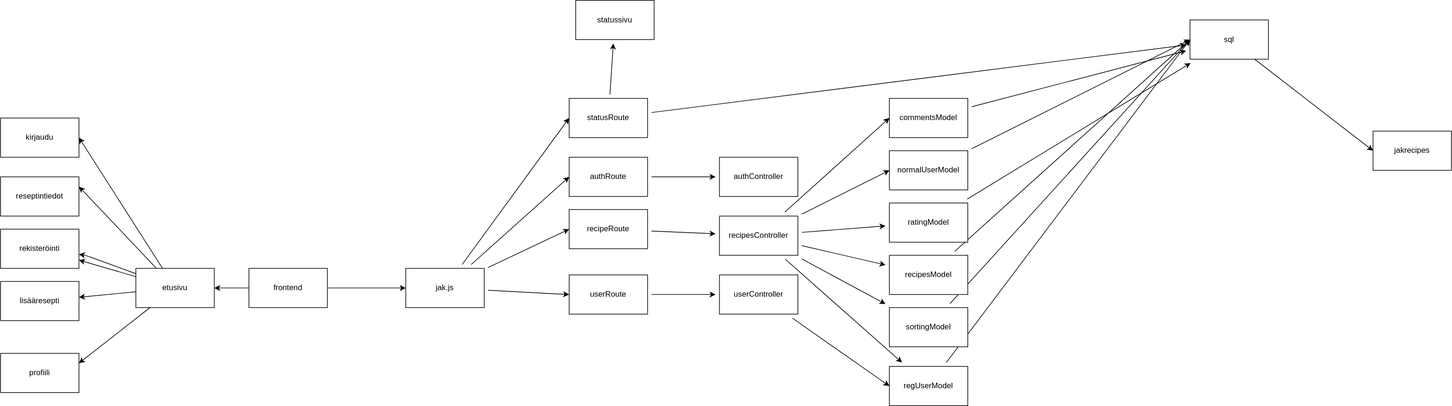
This is frontend/diagram/nodejs.svg from Krugou/medialiapp, a draw.io export, as it was before one commit. Source tidied: cells renumbered, new cells last; positions are measured from the earlier drawing's top-left corner, leaving out a move shared by most shapes. Source of this version:
```xml
<mxGraphModel>
  <root>
    <mxCell id="0" />
    <mxCell id="1" parent="0" />
    <mxCell id="2" style="edgeStyle=none;html=1;entryX=1;entryY=0.5;entryDx=0;entryDy=0;" parent="1" edge="1" source="3" target="56">
      <mxGeometry relative="1" as="geometry" />
    </mxCell>
    <mxCell id="3" value="frontend" style="rounded=0;whiteSpace=wrap;html=1;" parent="1" vertex="1">
      <mxGeometry x="380" y="410" width="120" height="60" as="geometry" />
    </mxCell>
    <mxCell id="4" style="edgeStyle=none;html=1;entryX=0;entryY=0.5;entryDx=0;entryDy=0;shadow=0;sourcePerimeterSpacing=6;targetPerimeterSpacing=6;" parent="1" edge="1" source="8" target="11">
      <mxGeometry relative="1" as="geometry" />
    </mxCell>
    <mxCell id="5" style="edgeStyle=none;html=1;entryX=0;entryY=0.5;entryDx=0;entryDy=0;shadow=0;sourcePerimeterSpacing=6;targetPerimeterSpacing=6;" parent="1" edge="1" source="8" target="13">
      <mxGeometry relative="1" as="geometry" />
    </mxCell>
    <mxCell id="6" style="edgeStyle=none;html=1;entryX=0;entryY=0.5;entryDx=0;entryDy=0;shadow=0;sourcePerimeterSpacing=6;targetPerimeterSpacing=6;" parent="1" edge="1" source="8" target="16">
      <mxGeometry relative="1" as="geometry" />
    </mxCell>
    <mxCell id="7" style="edgeStyle=none;html=1;entryX=0;entryY=0.5;entryDx=0;entryDy=0;shadow=0;sourcePerimeterSpacing=6;targetPerimeterSpacing=6;" parent="1" edge="1" source="8" target="18">
      <mxGeometry relative="1" as="geometry" />
    </mxCell>
    <mxCell id="8" value="jak.js&lt;br&gt;" style="rounded=0;whiteSpace=wrap;html=1;" parent="1" vertex="1">
      <mxGeometry x="620" y="410" width="120" height="60" as="geometry" />
    </mxCell>
    <mxCell id="9" style="endArrow=classic;html=1;exitX=1;exitY=0.5;exitDx=0;exitDy=0;entryX=0;entryY=0.5;entryDx=0;entryDy=0;" parent="1" edge="1" source="3" target="8">
      <mxGeometry relative="1" as="geometry" />
    </mxCell>
    <mxCell id="10" style="edgeStyle=none;html=1;shadow=0;sourcePerimeterSpacing=6;targetPerimeterSpacing=6;" parent="1" edge="1" source="11" target="19">
      <mxGeometry relative="1" as="geometry" />
    </mxCell>
    <mxCell id="11" value="authRoute" style="rounded=0;whiteSpace=wrap;html=1;" parent="1" vertex="1">
      <mxGeometry x="870" y="240" width="120" height="60" as="geometry" />
    </mxCell>
    <mxCell id="12" style="edgeStyle=none;html=1;shadow=0;sourcePerimeterSpacing=6;targetPerimeterSpacing=6;" parent="1" edge="1" source="13" target="26">
      <mxGeometry relative="1" as="geometry" />
    </mxCell>
    <mxCell id="13" value="recipeRoute" style="rounded=0;whiteSpace=wrap;html=1;" parent="1" vertex="1">
      <mxGeometry x="870" y="320" width="120" height="60" as="geometry" />
    </mxCell>
    <mxCell id="14" style="edgeStyle=none;html=1;shadow=0;sourcePerimeterSpacing=6;targetPerimeterSpacing=6;" parent="1" edge="1" source="16" target="43">
      <mxGeometry relative="1" as="geometry" />
    </mxCell>
    <mxCell id="15" style="edgeStyle=none;html=1;shadow=0;sourcePerimeterSpacing=6;targetPerimeterSpacing=6;" parent="1" edge="1" source="16" target="42">
      <mxGeometry relative="1" as="geometry" />
    </mxCell>
    <mxCell id="16" value="statusRoute" style="rounded=0;whiteSpace=wrap;html=1;" parent="1" vertex="1">
      <mxGeometry x="870" y="150" width="120" height="60" as="geometry" />
    </mxCell>
    <mxCell id="17" style="edgeStyle=none;html=1;shadow=0;sourcePerimeterSpacing=6;targetPerimeterSpacing=6;" parent="1" edge="1" source="18" target="28">
      <mxGeometry relative="1" as="geometry" />
    </mxCell>
    <mxCell id="18" value="userRoute" style="rounded=0;whiteSpace=wrap;html=1;" parent="1" vertex="1">
      <mxGeometry x="870" y="420" width="120" height="60" as="geometry" />
    </mxCell>
    <mxCell id="19" value="authController" style="rounded=0;whiteSpace=wrap;html=1;" parent="1" vertex="1">
      <mxGeometry x="1100" y="240" width="120" height="60" as="geometry" />
    </mxCell>
    <mxCell id="20" style="edgeStyle=none;html=1;entryX=0;entryY=0.5;entryDx=0;entryDy=0;shadow=0;sourcePerimeterSpacing=6;targetPerimeterSpacing=6;" parent="1" edge="1" source="26" target="40">
      <mxGeometry relative="1" as="geometry" />
    </mxCell>
    <mxCell id="21" style="edgeStyle=none;html=1;entryX=0;entryY=0.5;entryDx=0;entryDy=0;shadow=0;sourcePerimeterSpacing=6;targetPerimeterSpacing=6;" parent="1" edge="1" source="26" target="38">
      <mxGeometry relative="1" as="geometry" />
    </mxCell>
    <mxCell id="22" style="edgeStyle=none;html=1;shadow=0;sourcePerimeterSpacing=6;targetPerimeterSpacing=6;" parent="1" edge="1" source="26" target="36">
      <mxGeometry relative="1" as="geometry" />
    </mxCell>
    <mxCell id="23" style="edgeStyle=none;html=1;shadow=0;sourcePerimeterSpacing=6;targetPerimeterSpacing=6;" parent="1" edge="1" source="26" target="32">
      <mxGeometry relative="1" as="geometry" />
    </mxCell>
    <mxCell id="24" style="edgeStyle=none;html=1;shadow=0;sourcePerimeterSpacing=6;targetPerimeterSpacing=6;" parent="1" edge="1" source="26" target="34">
      <mxGeometry relative="1" as="geometry" />
    </mxCell>
    <mxCell id="25" style="edgeStyle=none;html=1;shadow=0;sourcePerimeterSpacing=6;targetPerimeterSpacing=6;" parent="1" edge="1" source="26" target="30">
      <mxGeometry relative="1" as="geometry" />
    </mxCell>
    <mxCell id="26" value="recipesController" style="rounded=0;whiteSpace=wrap;html=1;" parent="1" vertex="1">
      <mxGeometry x="1100" y="330" width="120" height="60" as="geometry" />
    </mxCell>
    <mxCell id="27" style="edgeStyle=none;html=1;entryX=0;entryY=0.5;entryDx=0;entryDy=0;shadow=0;sourcePerimeterSpacing=6;targetPerimeterSpacing=6;" parent="1" edge="1" source="28" target="30">
      <mxGeometry relative="1" as="geometry" />
    </mxCell>
    <mxCell id="28" value="userController" style="rounded=0;whiteSpace=wrap;html=1;" parent="1" vertex="1">
      <mxGeometry x="1100" y="420" width="120" height="60" as="geometry" />
    </mxCell>
    <mxCell id="29" style="edgeStyle=none;html=1;entryX=0;entryY=0.5;entryDx=0;entryDy=0;shadow=0;sourcePerimeterSpacing=6;targetPerimeterSpacing=6;" parent="1" edge="1" source="30" target="42">
      <mxGeometry relative="1" as="geometry" />
    </mxCell>
    <mxCell id="30" value="regUserModel" style="rounded=0;whiteSpace=wrap;html=1;" parent="1" vertex="1">
      <mxGeometry x="1360" y="560" width="120" height="60" as="geometry" />
    </mxCell>
    <mxCell id="31" style="edgeStyle=none;html=1;entryX=0;entryY=0.5;entryDx=0;entryDy=0;shadow=0;sourcePerimeterSpacing=6;targetPerimeterSpacing=6;" parent="1" edge="1" source="32" target="42">
      <mxGeometry relative="1" as="geometry" />
    </mxCell>
    <mxCell id="32" value="sortingModel" style="rounded=0;whiteSpace=wrap;html=1;" parent="1" vertex="1">
      <mxGeometry x="1360" y="470" width="120" height="60" as="geometry" />
    </mxCell>
    <mxCell id="33" style="edgeStyle=none;html=1;shadow=0;sourcePerimeterSpacing=6;targetPerimeterSpacing=6;entryX=0;entryY=0.5;entryDx=0;entryDy=0;" parent="1" edge="1" source="34" target="42">
      <mxGeometry relative="1" as="geometry" />
    </mxCell>
    <mxCell id="34" value="recipesModel" style="rounded=0;whiteSpace=wrap;html=1;" parent="1" vertex="1">
      <mxGeometry x="1360" y="390" width="120" height="60" as="geometry" />
    </mxCell>
    <mxCell id="35" style="edgeStyle=none;html=1;shadow=0;sourcePerimeterSpacing=6;targetPerimeterSpacing=6;" parent="1" edge="1" source="36" target="42">
      <mxGeometry relative="1" as="geometry" />
    </mxCell>
    <mxCell id="36" value="ratingModel" style="rounded=0;whiteSpace=wrap;html=1;" parent="1" vertex="1">
      <mxGeometry x="1360" y="310" width="120" height="60" as="geometry" />
    </mxCell>
    <mxCell id="37" style="edgeStyle=none;html=1;entryX=0;entryY=0.5;entryDx=0;entryDy=0;shadow=0;sourcePerimeterSpacing=6;targetPerimeterSpacing=6;" parent="1" edge="1" source="38" target="42">
      <mxGeometry relative="1" as="geometry" />
    </mxCell>
    <mxCell id="38" value="normalUserModel" style="rounded=0;whiteSpace=wrap;html=1;" parent="1" vertex="1">
      <mxGeometry x="1360" y="230" width="120" height="60" as="geometry" />
    </mxCell>
    <mxCell id="39" style="edgeStyle=none;html=1;shadow=0;sourcePerimeterSpacing=6;targetPerimeterSpacing=6;" parent="1" edge="1" source="40" target="42">
      <mxGeometry relative="1" as="geometry" />
    </mxCell>
    <mxCell id="40" value="commentsModel" style="rounded=0;whiteSpace=wrap;html=1;" parent="1" vertex="1">
      <mxGeometry x="1360" y="150" width="120" height="60" as="geometry" />
    </mxCell>
    <mxCell id="41" style="edgeStyle=none;html=1;entryX=0;entryY=0.5;entryDx=0;entryDy=0;" parent="1" edge="1" source="42" target="44">
      <mxGeometry relative="1" as="geometry" />
    </mxCell>
    <mxCell id="42" value="sql" style="rounded=0;whiteSpace=wrap;html=1;" parent="1" vertex="1">
      <mxGeometry x="1820" y="30" width="120" height="60" as="geometry" />
    </mxCell>
    <mxCell id="43" value="statussivu" style="rounded=0;whiteSpace=wrap;html=1;" parent="1" vertex="1">
      <mxGeometry x="880" width="120" height="60" as="geometry" />
    </mxCell>
    <mxCell id="44" value="jakrecipes" style="rounded=0;whiteSpace=wrap;html=1;" parent="1" vertex="1">
      <mxGeometry x="2100" y="200" width="120" height="60" as="geometry" />
    </mxCell>
    <mxCell id="45" value="lisääresepti&lt;br&gt;" style="rounded=0;whiteSpace=wrap;html=1;" parent="1" vertex="1">
      <mxGeometry y="430" width="120" height="60" as="geometry" />
    </mxCell>
    <mxCell id="46" value="profiili&lt;br&gt;" style="rounded=0;whiteSpace=wrap;html=1;" parent="1" vertex="1">
      <mxGeometry y="540" width="120" height="60" as="geometry" />
    </mxCell>
    <mxCell id="47" value="rekisteröinti" style="rounded=0;whiteSpace=wrap;html=1;" parent="1" vertex="1">
      <mxGeometry y="350" width="120" height="60" as="geometry" />
    </mxCell>
    <mxCell id="48" value="kirjaudu" style="rounded=0;whiteSpace=wrap;html=1;" parent="1" vertex="1">
      <mxGeometry y="180" width="120" height="60" as="geometry" />
    </mxCell>
    <mxCell id="49" value="reseptintiedot&lt;br&gt;" style="rounded=0;whiteSpace=wrap;html=1;" parent="1" vertex="1">
      <mxGeometry y="270" width="120" height="60" as="geometry" />
    </mxCell>
    <mxCell id="50" style="edgeStyle=none;html=1;entryX=1;entryY=0.5;entryDx=0;entryDy=0;" parent="1" edge="1" source="56" target="48">
      <mxGeometry relative="1" as="geometry" />
    </mxCell>
    <mxCell id="51" style="edgeStyle=none;html=1;entryX=1;entryY=0.25;entryDx=0;entryDy=0;" parent="1" edge="1" source="56" target="49">
      <mxGeometry relative="1" as="geometry" />
    </mxCell>
    <mxCell id="52" style="edgeStyle=none;html=1;" parent="1" edge="1" source="56" target="47">
      <mxGeometry relative="1" as="geometry">
        <Array as="points">
          <mxPoint x="130" y="390" />
        </Array>
      </mxGeometry>
    </mxCell>
    <mxCell id="53" style="edgeStyle=none;html=1;" parent="1" edge="1" source="56" target="45">
      <mxGeometry relative="1" as="geometry" />
    </mxCell>
    <mxCell id="54" style="edgeStyle=none;html=1;" parent="1" edge="1" source="56" target="47">
      <mxGeometry relative="1" as="geometry" />
    </mxCell>
    <mxCell id="55" style="edgeStyle=none;html=1;entryX=1;entryY=0.25;entryDx=0;entryDy=0;" parent="1" edge="1" source="56" target="46">
      <mxGeometry relative="1" as="geometry" />
    </mxCell>
    <mxCell id="56" value="etusivu" style="rounded=0;whiteSpace=wrap;html=1;" parent="1" vertex="1">
      <mxGeometry x="207" y="410" width="120" height="60" as="geometry" />
    </mxCell>
  </root>
</mxGraphModel>
```
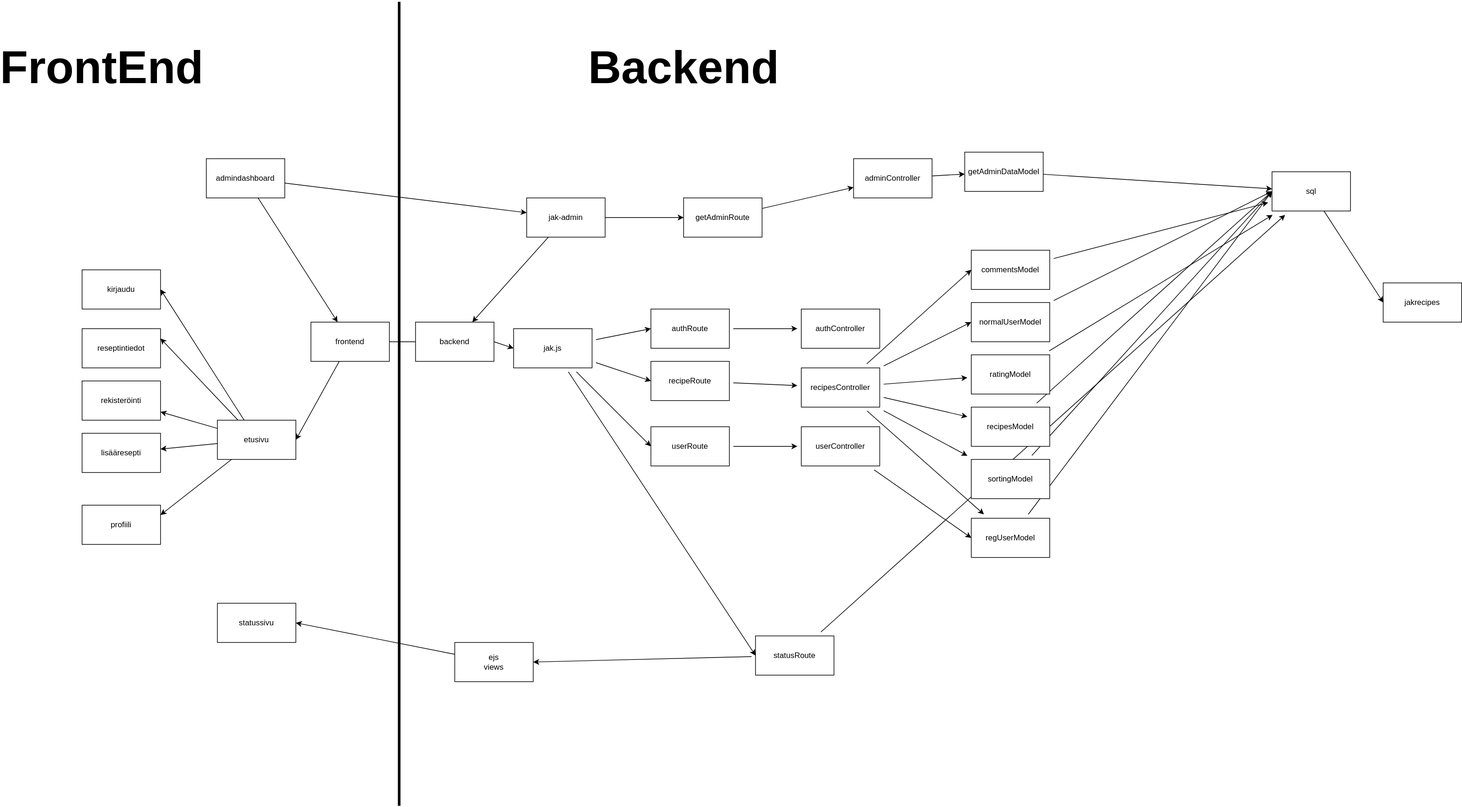
After the commit.

Change to the diagram source:
```diff
@@ -6,7 +6,7 @@
       <mxGeometry relative="1" as="geometry" />
     </mxCell>
     <mxCell id="3" value="frontend" style="rounded=0;whiteSpace=wrap;html=1;" parent="1" vertex="1">
-      <mxGeometry x="380" y="410" width="120" height="60" as="geometry" />
+      <mxGeometry x="350" y="260" width="120" height="60" as="geometry" />
     </mxCell>
     <mxCell id="4" style="edgeStyle=none;html=1;entryX=0;entryY=0.5;entryDx=0;entryDy=0;shadow=0;sourcePerimeterSpacing=6;targetPerimeterSpacing=6;" parent="1" edge="1" source="8" target="11">
       <mxGeometry relative="1" as="geometry" />
@@ -21,9 +21,9 @@
       <mxGeometry relative="1" as="geometry" />
     </mxCell>
     <mxCell id="8" value="jak.js&lt;br&gt;" style="rounded=0;whiteSpace=wrap;html=1;" parent="1" vertex="1">
-      <mxGeometry x="620" y="410" width="120" height="60" as="geometry" />
+      <mxGeometry x="660" y="270" width="120" height="60" as="geometry" />
     </mxCell>
-    <mxCell id="9" style="endArrow=classic;html=1;exitX=1;exitY=0.5;exitDx=0;exitDy=0;entryX=0;entryY=0.5;entryDx=0;entryDy=0;" parent="1" edge="1" source="3" target="8">
+    <mxCell id="9" style="endArrow=classic;html=1;exitX=1;exitY=0.5;exitDx=0;exitDy=0;entryX=0;entryY=0.5;entryDx=0;entryDy=0;startArrow=none;" parent="1" edge="1" source="57" target="8">
       <mxGeometry relative="1" as="geometry" />
     </mxCell>
     <mxCell id="10" style="edgeStyle=none;html=1;shadow=0;sourcePerimeterSpacing=6;targetPerimeterSpacing=6;" parent="1" edge="1" source="11" target="19">
@@ -38,14 +38,14 @@
     <mxCell id="13" value="recipeRoute" style="rounded=0;whiteSpace=wrap;html=1;" parent="1" vertex="1">
       <mxGeometry x="870" y="320" width="120" height="60" as="geometry" />
     </mxCell>
-    <mxCell id="14" style="edgeStyle=none;html=1;shadow=0;sourcePerimeterSpacing=6;targetPerimeterSpacing=6;" parent="1" edge="1" source="16" target="43">
+    <mxCell id="14" style="edgeStyle=none;html=1;shadow=0;sourcePerimeterSpacing=6;targetPerimeterSpacing=6;entryX=1;entryY=0.5;entryDx=0;entryDy=0;" parent="1" edge="1" source="16" target="70">
       <mxGeometry relative="1" as="geometry" />
     </mxCell>
     <mxCell id="15" style="edgeStyle=none;html=1;shadow=0;sourcePerimeterSpacing=6;targetPerimeterSpacing=6;" parent="1" edge="1" source="16" target="42">
       <mxGeometry relative="1" as="geometry" />
     </mxCell>
     <mxCell id="16" value="statusRoute" style="rounded=0;whiteSpace=wrap;html=1;" parent="1" vertex="1">
-      <mxGeometry x="870" y="150" width="120" height="60" as="geometry" />
+      <mxGeometry x="1030" y="740" width="120" height="60" as="geometry" />
     </mxCell>
     <mxCell id="17" style="edgeStyle=none;html=1;shadow=0;sourcePerimeterSpacing=6;targetPerimeterSpacing=6;" parent="1" edge="1" source="18" target="28">
       <mxGeometry relative="1" as="geometry" />
@@ -126,10 +126,10 @@
       <mxGeometry x="1820" y="30" width="120" height="60" as="geometry" />
     </mxCell>
     <mxCell id="43" value="statussivu" style="rounded=0;whiteSpace=wrap;html=1;" parent="1" vertex="1">
-      <mxGeometry x="880" width="120" height="60" as="geometry" />
+      <mxGeometry x="207" y="690" width="120" height="60" as="geometry" />
     </mxCell>
     <mxCell id="44" value="jakrecipes" style="rounded=0;whiteSpace=wrap;html=1;" parent="1" vertex="1">
-      <mxGeometry x="2100" y="200" width="120" height="60" as="geometry" />
+      <mxGeometry x="1990" y="200" width="120" height="60" as="geometry" />
     </mxCell>
     <mxCell id="45" value="lisääresepti&lt;br&gt;" style="rounded=0;whiteSpace=wrap;html=1;" parent="1" vertex="1">
       <mxGeometry y="430" width="120" height="60" as="geometry" />
@@ -152,13 +152,6 @@
     <mxCell id="51" style="edgeStyle=none;html=1;entryX=1;entryY=0.25;entryDx=0;entryDy=0;" parent="1" edge="1" source="56" target="49">
       <mxGeometry relative="1" as="geometry" />
     </mxCell>
-    <mxCell id="52" style="edgeStyle=none;html=1;" parent="1" edge="1" source="56" target="47">
-      <mxGeometry relative="1" as="geometry">
-        <Array as="points">
-          <mxPoint x="130" y="390" />
-        </Array>
-      </mxGeometry>
-    </mxCell>
     <mxCell id="53" style="edgeStyle=none;html=1;" parent="1" edge="1" source="56" target="45">
       <mxGeometry relative="1" as="geometry" />
     </mxCell>
@@ -171,5 +164,62 @@
     <mxCell id="56" value="etusivu" style="rounded=0;whiteSpace=wrap;html=1;" parent="1" vertex="1">
       <mxGeometry x="207" y="410" width="120" height="60" as="geometry" />
     </mxCell>
+    <mxCell id="57" value="backend" style="rounded=0;whiteSpace=wrap;html=1;" parent="1" vertex="1">
+      <mxGeometry x="510" y="260" width="120" height="60" as="geometry" />
+    </mxCell>
+    <mxCell id="58" style="endArrow=none;html=1;exitX=1;exitY=0.5;exitDx=0;exitDy=0;entryX=0;entryY=0.5;entryDx=0;entryDy=0;" parent="1" edge="1" source="3" target="57">
+      <mxGeometry relative="1" as="geometry" />
+    </mxCell>
+    <mxCell id="59" style="edgeStyle=none;html=1;" parent="1" edge="1" source="61" target="57">
+      <mxGeometry relative="1" as="geometry" />
+    </mxCell>
+    <mxCell id="60" style="edgeStyle=none;html=1;" parent="1" edge="1" source="61" target="66">
+      <mxGeometry relative="1" as="geometry" />
+    </mxCell>
+    <mxCell id="61" value="jak-admin" style="rounded=0;whiteSpace=wrap;html=1;" parent="1" vertex="1">
+      <mxGeometry x="680" y="70" width="120" height="60" as="geometry" />
+    </mxCell>
+    <mxCell id="62" style="edgeStyle=none;html=1;" parent="1" edge="1" source="64" target="3">
+      <mxGeometry relative="1" as="geometry" />
+    </mxCell>
+    <mxCell id="63" style="edgeStyle=none;html=1;" parent="1" edge="1" source="64" target="61">
+      <mxGeometry relative="1" as="geometry" />
+    </mxCell>
+    <mxCell id="64" value="admindashboard&lt;br&gt;" style="rounded=0;whiteSpace=wrap;html=1;" parent="1" vertex="1">
+      <mxGeometry x="190" y="10" width="120" height="60" as="geometry" />
+    </mxCell>
+    <mxCell id="65" style="edgeStyle=none;html=1;" parent="1" edge="1" source="66" target="68">
+      <mxGeometry relative="1" as="geometry" />
+    </mxCell>
+    <mxCell id="66" value="getAdminRoute&lt;br&gt;" style="rounded=0;whiteSpace=wrap;html=1;" parent="1" vertex="1">
+      <mxGeometry x="920" y="70" width="120" height="60" as="geometry" />
+    </mxCell>
+    <mxCell id="67" style="edgeStyle=none;html=1;" parent="1" edge="1" source="68" target="72">
+      <mxGeometry relative="1" as="geometry" />
+    </mxCell>
+    <mxCell id="68" value="adminController" style="rounded=0;whiteSpace=wrap;html=1;" parent="1" vertex="1">
+      <mxGeometry x="1180" y="10" width="120" height="60" as="geometry" />
+    </mxCell>
+    <mxCell id="69" style="edgeStyle=none;html=1;entryX=1;entryY=0.5;entryDx=0;entryDy=0;" parent="1" edge="1" source="70" target="43">
+      <mxGeometry relative="1" as="geometry" />
+    </mxCell>
+    <mxCell id="70" value="ejs&lt;br&gt;views" style="rounded=0;whiteSpace=wrap;html=1;" parent="1" vertex="1">
+      <mxGeometry x="570" y="750" width="120" height="60" as="geometry" />
+    </mxCell>
+    <mxCell id="71" style="edgeStyle=none;html=1;" parent="1" edge="1" source="72" target="42">
+      <mxGeometry relative="1" as="geometry" />
+    </mxCell>
+    <mxCell id="72" value="&lt;span style=&quot;text-align: left&quot;&gt;getAdminDataModel&lt;/span&gt;" style="rounded=0;whiteSpace=wrap;html=1;" parent="1" vertex="1">
+      <mxGeometry x="1350" width="120" height="60" as="geometry" />
+    </mxCell>
+    <mxCell id="73" style="line;strokeWidth=4;direction=south;html=1;perimeter=backbonePerimeter;" parent="1" vertex="1">
+      <mxGeometry x="480" y="-230" width="10" height="1230" as="geometry" />
+    </mxCell>
+    <mxCell id="74" value="&lt;font style=&quot;font-size: 70px&quot;&gt;FrontEnd&lt;/font&gt;&lt;span style=&quot;color: rgba(0 , 0 , 0 , 0) ; font-family: monospace ; font-size: 0px ; font-weight: 400&quot;&gt;%3CmxGraphModel%3E%3Croot%3E%3CmxCell%20id%3D%220%22%2F%3E%3CmxCell%20id%3D%221%22%20parent%3D%220%22%2F%3E%3CUserObject%20label%3D%22getAdminDataModel.js%22%20link%3D%22getAdminDataModel.js%22%20id%3D%222%22%3E%3CmxCell%20style%3D%22text%3BwhiteSpace%3Dwrap%3Bhtml%3D1%3B%22%20vertex%3D%221%22%20parent%3D%221%22%3E%3CmxGeometry%20x%3D%221000%22%20y%3D%22-260%22%20width%3D%22150%22%20height%3D%2230%22%20as%3D%22geometry%22%2F%3E%3C%2FmxCell%3E%3C%2FUserObject%3E%3C%2Froot%3E%3C%2FmxGraphModel%3E&lt;/span&gt;" style="text;strokeColor=none;fillColor=none;html=1;fontSize=24;fontStyle=1;verticalAlign=middle;align=center;" parent="1" vertex="1">
+      <mxGeometry x="-10" y="-150" width="80" height="40" as="geometry" />
+    </mxCell>
+    <mxCell id="75" value="&lt;span style=&quot;font-size: 70px&quot;&gt;Backend&lt;/span&gt;" style="text;strokeColor=none;fillColor=none;html=1;fontSize=24;fontStyle=1;verticalAlign=middle;align=center;" parent="1" vertex="1">
+      <mxGeometry x="880" y="-150" width="80" height="40" as="geometry" />
+    </mxCell>
   </root>
 </mxGraphModel>
```
